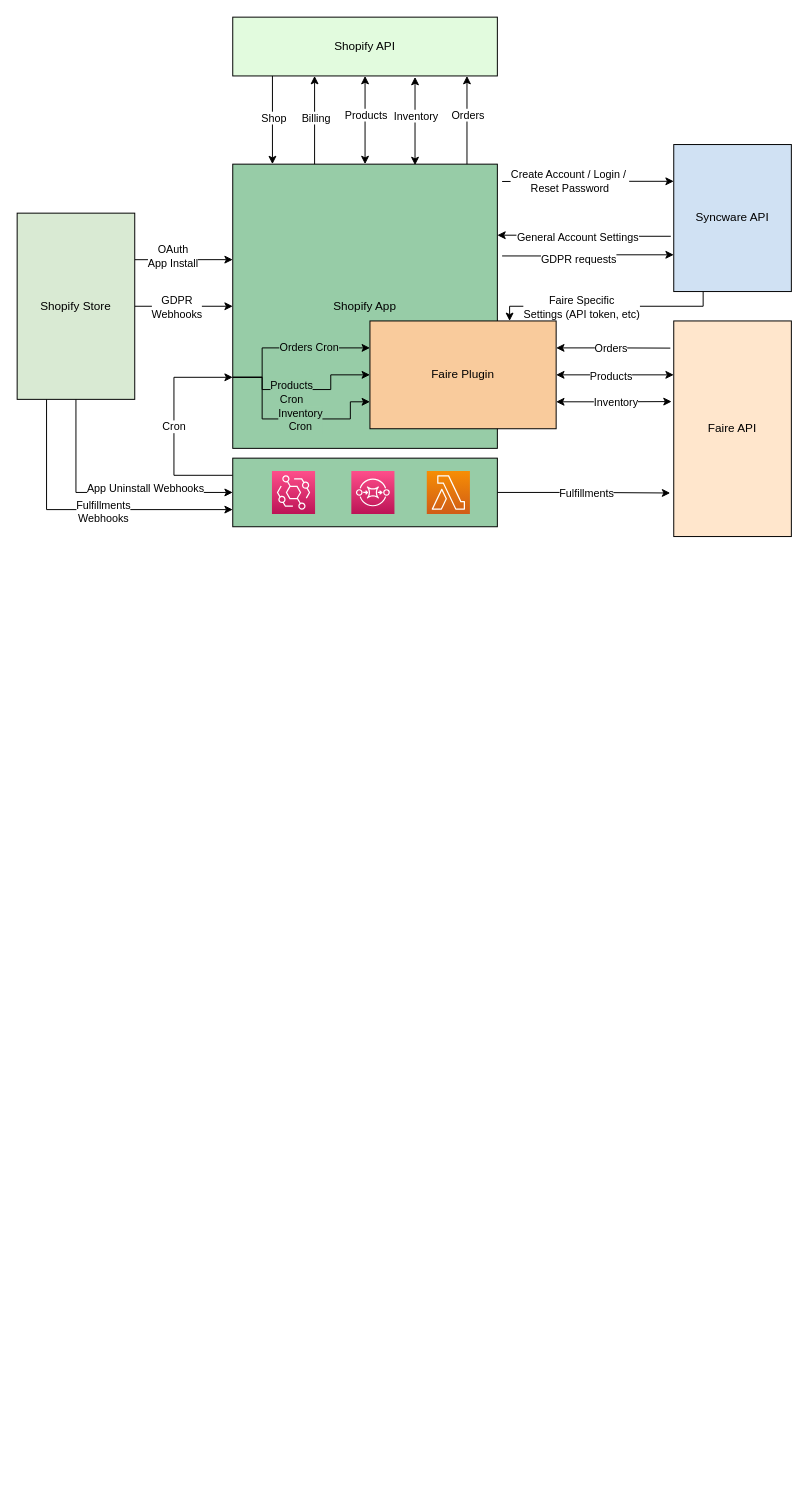
alexrsunrise/diagrams keeps this draw.io diagram as Syncware/ShopifyAppContextualDiagram.dio. Above is the earlier version. Source tidied: cells renumbered, new cells numbered last; positions are measured from the earlier drawing's top-left corner, leaving out a move shared by most shapes. Both pictures are drawn from the tidied source at 98%, with x=0, y=0 at pixel (17, 17).
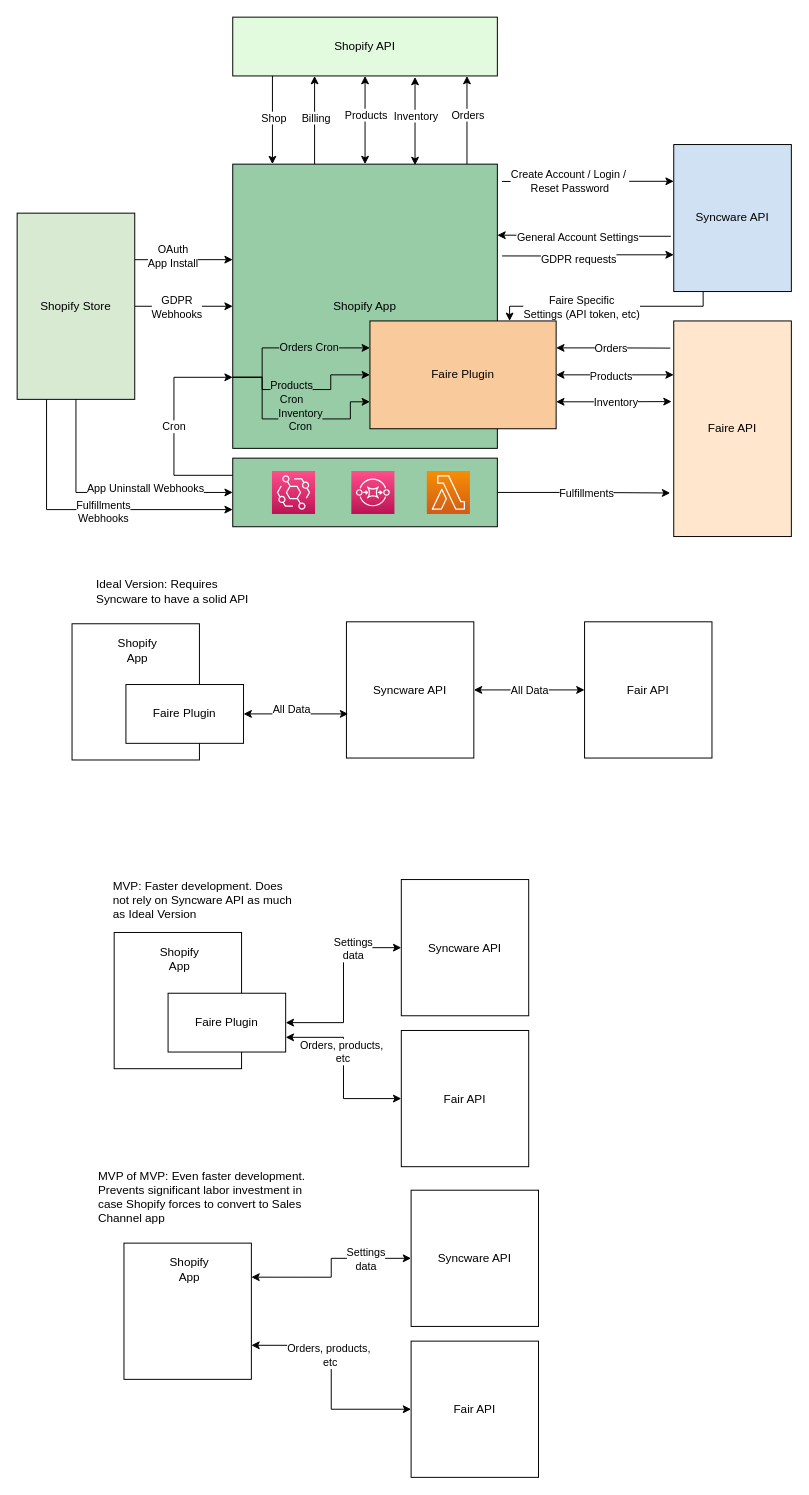
After the change.

What changed in the source:
```diff
@@
+    <mxCell id="53" style="rounded=0;whiteSpace=wrap;html=1;" parent="1" vertex="1">
+      <mxGeometry x="56" y="619" width="130" height="139" as="geometry" />
+    </mxCell>
+    <mxCell id="54" style="edgeStyle=orthogonalEdgeStyle;rounded=0;jettySize=auto;html=1;startArrow=classic;startFill=1;" parent="1" edge="1" source="56" target="57">
+      <mxGeometry relative="1" as="geometry" />
+    </mxCell>
+    <mxCell id="55" value="All Data" style="edgeLabel;html=1;align=center;verticalAlign=middle;" parent="54" vertex="1">
+      <mxGeometry x="-0.01" relative="1" as="geometry" />
+    </mxCell>
+    <mxCell id="56" value="Syncware API" style="rounded=0;whiteSpace=wrap;html=1;" parent="1" vertex="1">
+      <mxGeometry x="336" y="617" width="130" height="139" as="geometry" />
+    </mxCell>
+    <mxCell id="57" value="Fair API" style="rounded=0;whiteSpace=wrap;html=1;" parent="1" vertex="1">
+      <mxGeometry x="579" y="617" width="130" height="139" as="geometry" />
+    </mxCell>
+    <mxCell id="58" style="edgeStyle=orthogonalEdgeStyle;rounded=0;jettySize=auto;html=1;entryX=0.014;entryY=0.676;entryDx=0;entryDy=0;entryPerimeter=0;startArrow=classic;startFill=1;" parent="1" edge="1" source="60" target="56">
+      <mxGeometry relative="1" as="geometry" />
+    </mxCell>
+    <mxCell id="59" value="All Data" style="edgeLabel;html=1;align=center;verticalAlign=middle;" parent="58" vertex="1">
+      <mxGeometry x="-0.1" y="4" relative="1" as="geometry" />
+    </mxCell>
+    <mxCell id="60" value="Faire Plugin" style="rounded=0;whiteSpace=wrap;html=1;" parent="1" vertex="1">
+      <mxGeometry x="111" y="681" width="120" height="60" as="geometry" />
+    </mxCell>
+    <mxCell id="61" value="Shopify App" style="text;html=1;strokeColor=none;fillColor=none;align=center;verticalAlign=middle;whiteSpace=wrap;rounded=0;" parent="1" vertex="1">
+      <mxGeometry x="93" y="631" width="60" height="30" as="geometry" />
+    </mxCell>
+    <mxCell id="62" value="Ideal Version: Requires Syncware to have a solid API" style="text;html=1;strokeColor=none;fillColor=none;align=left;verticalAlign=middle;whiteSpace=wrap;rounded=0;" parent="1" vertex="1">
+      <mxGeometry x="79" y="571" width="165" height="30" as="geometry" />
+    </mxCell>
+    <mxCell id="63" style="rounded=0;whiteSpace=wrap;html=1;" parent="1" vertex="1">
+      <mxGeometry x="99" y="934" width="130" height="139" as="geometry" />
+    </mxCell>
+    <mxCell id="64" value="Syncware API" style="rounded=0;whiteSpace=wrap;html=1;" parent="1" vertex="1">
+      <mxGeometry x="392" y="880" width="130" height="139" as="geometry" />
+    </mxCell>
+    <mxCell id="65" value="Fair API" style="rounded=0;whiteSpace=wrap;html=1;" parent="1" vertex="1">
+      <mxGeometry x="392" y="1034" width="130" height="139" as="geometry" />
+    </mxCell>
+    <mxCell id="66" style="edgeStyle=orthogonalEdgeStyle;rounded=0;jettySize=auto;html=1;startArrow=classic;startFill=1;" parent="1" edge="1" source="70" target="64">
+      <mxGeometry relative="1" as="geometry" />
+    </mxCell>
+    <mxCell id="67" value="Settings&lt;br&gt;data" style="edgeLabel;html=1;align=center;verticalAlign=middle;" parent="66" vertex="1">
+      <mxGeometry x="0.49" y="-1" relative="1" as="geometry" />
+    </mxCell>
+    <mxCell id="68" style="edgeStyle=orthogonalEdgeStyle;rounded=0;jettySize=auto;html=1;exitX=1;exitY=0.75;exitDx=0;exitDy=0;startArrow=classic;startFill=1;" parent="1" edge="1" source="70" target="65">
+      <mxGeometry relative="1" as="geometry" />
+    </mxCell>
+    <mxCell id="69" value="Orders, products,&lt;br&gt;&amp;nbsp;etc" style="edgeLabel;html=1;align=center;verticalAlign=middle;" parent="68" vertex="1">
+      <mxGeometry x="-0.19" y="-3" relative="1" as="geometry" />
+    </mxCell>
+    <mxCell id="70" value="Faire Plugin" style="rounded=0;whiteSpace=wrap;html=1;" parent="1" vertex="1">
+      <mxGeometry x="154" y="996" width="120" height="60" as="geometry" />
+    </mxCell>
+    <mxCell id="71" value="Shopify App" style="text;html=1;strokeColor=none;fillColor=none;align=center;verticalAlign=middle;whiteSpace=wrap;rounded=0;" parent="1" vertex="1">
+      <mxGeometry x="136" y="946" width="60" height="30" as="geometry" />
+    </mxCell>
+    <mxCell id="72" value="MVP: Faster development. Does not rely on Syncware API as much as Ideal Version" style="text;html=1;strokeColor=none;fillColor=none;align=left;verticalAlign=middle;whiteSpace=wrap;rounded=0;" parent="1" vertex="1">
+      <mxGeometry x="96" y="886" width="189" height="30" as="geometry" />
+    </mxCell>
+    <mxCell id="73" style="rounded=0;whiteSpace=wrap;html=1;" parent="1" vertex="1">
+      <mxGeometry x="109" y="1251" width="130" height="139" as="geometry" />
+    </mxCell>
+    <mxCell id="74" value="Syncware API" style="rounded=0;whiteSpace=wrap;html=1;" parent="1" vertex="1">
+      <mxGeometry x="402" y="1197" width="130" height="139" as="geometry" />
+    </mxCell>
+    <mxCell id="75" value="Fair API" style="rounded=0;whiteSpace=wrap;html=1;" parent="1" vertex="1">
+      <mxGeometry x="402" y="1351" width="130" height="139" as="geometry" />
+    </mxCell>
+    <mxCell id="76" style="edgeStyle=orthogonalEdgeStyle;rounded=0;jettySize=auto;html=1;startArrow=classic;startFill=1;exitX=1;exitY=0.25;exitDx=0;exitDy=0;" parent="1" edge="1" source="73" target="74">
+      <mxGeometry relative="1" as="geometry" />
+    </mxCell>
+    <mxCell id="77" value="Settings&lt;br&gt;data" style="edgeLabel;html=1;align=center;verticalAlign=middle;" parent="76" vertex="1">
+      <mxGeometry x="0.49" y="-1" relative="1" as="geometry" />
+    </mxCell>
+    <mxCell id="78" style="edgeStyle=orthogonalEdgeStyle;rounded=0;jettySize=auto;html=1;exitX=1;exitY=0.75;exitDx=0;exitDy=0;startArrow=classic;startFill=1;" parent="1" edge="1" source="73" target="75">
+      <mxGeometry relative="1" as="geometry" />
+    </mxCell>
+    <mxCell id="79" value="Orders, products,&lt;br&gt;&amp;nbsp;etc" style="edgeLabel;html=1;align=center;verticalAlign=middle;" parent="78" vertex="1">
+      <mxGeometry x="-0.19" y="-3" relative="1" as="geometry" />
+    </mxCell>
+    <mxCell id="80" value="Shopify App" style="text;html=1;strokeColor=none;fillColor=none;align=center;verticalAlign=middle;whiteSpace=wrap;rounded=0;" parent="1" vertex="1">
+      <mxGeometry x="146" y="1263" width="60" height="30" as="geometry" />
+    </mxCell>
+    <mxCell id="81" value="MVP of MVP: Even faster development. Prevents significant labor investment in case Shopify forces to convert to Sales Channel app" style="text;html=1;strokeColor=none;fillColor=none;align=left;verticalAlign=middle;whiteSpace=wrap;rounded=0;" parent="1" vertex="1">
+      <mxGeometry x="81" y="1175" width="237" height="58" as="geometry" />
+    </mxCell>
```
